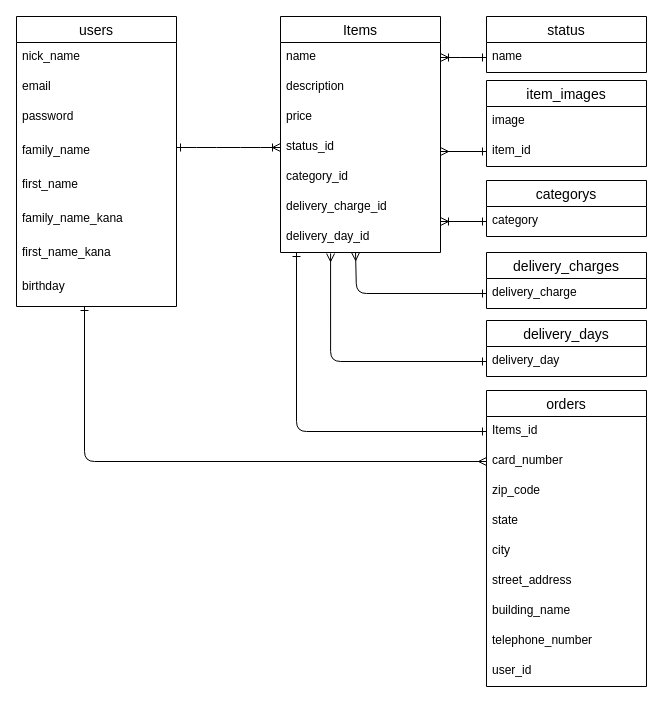
Before: test.dio in mitstaku/furima-39657, a draw.io diagram. Source tidied: cells renumbered, new cells numbered last; positions are measured from the earlier drawing's top-left corner, leaving out a move shared by most shapes. Both pictures are drawn from the tidied source at 100%, with x=0, y=0 at pixel (16, 16).
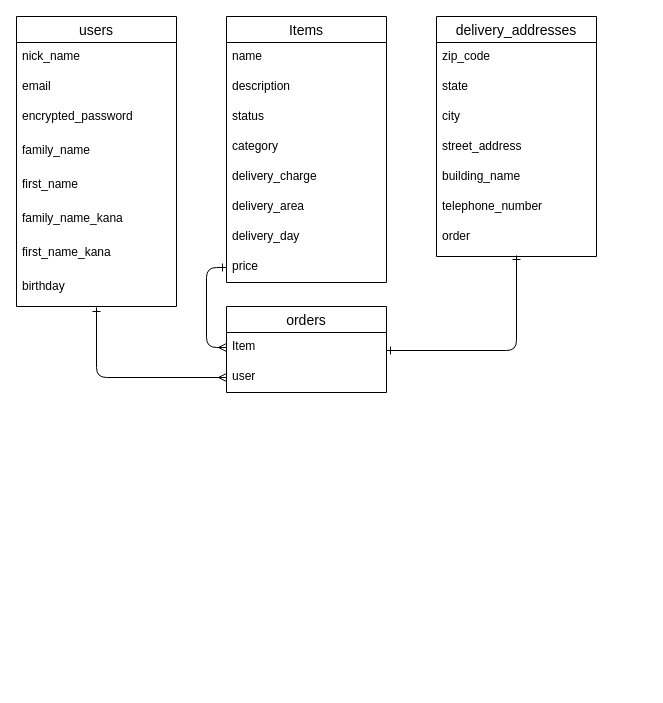
After the change.

Commit message (it also covers changes not shown here):
データベース設計２

Unchanged cells that the change refers to:
```xml
<mxCell id="2" value="users" style="swimlane;fontStyle=0;horizontal=1;startSize=26;align=center;fontSize=14;" parent="1" vertex="1">
  <mxGeometry width="160" height="290" as="geometry" />
</mxCell>
<mxCell id="10" value="birthday" style="text;strokeColor=none;fillColor=none;spacingLeft=4;spacingRight=4;overflow=hidden;points=[[0,0.5],[1,0.5]];portConstraint=eastwest;fontSize=12;" parent="2" vertex="1">
  <mxGeometry y="256" width="160" height="34" as="geometry" />
</mxCell>
<mxCell id="12" value="name" style="text;strokeColor=none;fillColor=none;spacingLeft=4;spacingRight=4;overflow=hidden;points=[[0,0.5],[1,0.5]];portConstraint=eastwest;fontSize=12;" parent="11" vertex="1">
  <mxGeometry y="26" width="160" height="30" as="geometry" />
</mxCell>
```

Diff of the diagram source:
```diff
@@
-    <mxCell id="5" value="password" style="text;strokeColor=none;fillColor=none;spacingLeft=4;spacingRight=4;overflow=hidden;fontSize=12;" parent="2" vertex="1">
+    <mxCell id="5" value="encrypted_password" style="text;strokeColor=none;fillColor=none;spacingLeft=4;spacingRight=4;overflow=hidden;fontSize=12;" parent="2" vertex="1">
       <mxGeometry y="86" width="160" height="34" as="geometry" />
     </mxCell>
@@
     <mxCell id="11" value="Items" style="swimlane;fontStyle=0;horizontal=1;startSize=26;align=center;fontSize=14;" parent="1" vertex="1">
-      <mxGeometry x="264" width="160" height="236" as="geometry" />
+      <mxGeometry x="210" width="160" height="266" as="geometry" />
     </mxCell>
@@
-    <mxCell id="14" value="price" style="text;strokeColor=none;fillColor=none;spacingLeft=4;spacingRight=4;overflow=hidden;points=[[0,0.5],[1,0.5]];portConstraint=eastwest;fontSize=12;" parent="11" vertex="1">
-      <mxGeometry y="86" width="160" height="30" as="geometry" />
-    </mxCell>
-    <mxCell id="15" value="status_id" style="text;strokeColor=none;fillColor=none;spacingLeft=4;spacingRight=4;overflow=hidden;points=[[0,0.5],[1,0.5]];portConstraint=eastwest;fontSize=12;" parent="11" vertex="1">
-      <mxGeometry y="116" width="160" height="30" as="geometry" />
+    <mxCell id="15" value="status " style="text;strokeColor=none;fillColor=none;spacingLeft=4;spacingRight=4;overflow=hidden;points=[[0,0.5],[1,0.5]];portConstraint=eastwest;fontSize=12;" parent="11" vertex="1">
+      <mxGeometry y="86" width="160" height="30" as="geometry" />
     </mxCell>
-    <mxCell id="16" value="category_id" style="text;strokeColor=none;fillColor=none;spacingLeft=4;spacingRight=4;overflow=hidden;fontSize=12;" parent="11" vertex="1">
-      <mxGeometry y="146" width="160" height="30" as="geometry" />
+    <mxCell id="16" value="category" style="text;strokeColor=none;fillColor=none;spacingLeft=4;spacingRight=4;overflow=hidden;fontSize=12;" parent="11" vertex="1">
+      <mxGeometry y="116" width="160" height="30" as="geometry" />
     </mxCell>
-    <mxCell id="17" value="delivery_charge_id" style="text;strokeColor=none;fillColor=none;spacingLeft=4;spacingRight=4;overflow=hidden;fontSize=12;" parent="11" vertex="1">
-      <mxGeometry y="176" width="160" height="30" as="geometry" />
+    <mxCell id="17" value="delivery_charge" style="text;strokeColor=none;fillColor=none;spacingLeft=4;spacingRight=4;overflow=hidden;fontSize=12;" parent="11" vertex="1">
+      <mxGeometry y="146" width="160" height="30" as="geometry" />
     </mxCell>
-    <mxCell id="18" value="delivery_day_id" style="text;strokeColor=none;fillColor=none;spacingLeft=4;spacingRight=4;overflow=hidden;points=[[0,0.5],[1,0.5]];portConstraint=eastwest;fontSize=12;" parent="11" vertex="1">
-      <mxGeometry y="206" width="160" height="30" as="geometry" />
+    <mxCell id="18" value="delivery_area" style="text;strokeColor=none;fillColor=none;spacingLeft=4;spacingRight=4;overflow=hidden;points=[[0,0.5],[1,0.5]];portConstraint=eastwest;fontSize=12;" parent="11" vertex="1">
+      <mxGeometry y="176" width="160" height="30" as="geometry" />
     </mxCell>
+    <mxCell id="38" value="delivery_day" style="text;strokeColor=none;fillColor=none;spacingLeft=4;spacingRight=4;overflow=hidden;fontSize=12;" parent="11" vertex="1">
+      <mxGeometry y="206" width="160" height="30" as="geometry" />
+    </mxCell>
+    <mxCell id="14" value="price" style="text;strokeColor=none;fillColor=none;spacingLeft=4;spacingRight=4;overflow=hidden;points=[[0,0.5],[1,0.5]];portConstraint=eastwest;fontSize=12;" parent="11" vertex="1">
+      <mxGeometry y="236" width="160" height="30" as="geometry" />
+    </mxCell>
-    <mxCell id="19" value="orders" style="swimlane;fontStyle=0;horizontal=1;startSize=26;align=center;fontSize=14;" parent="1" vertex="1">
-      <mxGeometry x="470" y="374" width="160" height="296" as="geometry" />
+    <mxCell id="19" value="delivery_addresses" style="swimlane;fontStyle=0;horizontal=1;startSize=26;align=center;fontSize=14;" parent="1" vertex="1">
+      <mxGeometry x="420" width="160" height="240" as="geometry" />
     </mxCell>
-    <mxCell id="20" value="Items_id" style="text;strokeColor=none;fillColor=none;spacingLeft=4;spacingRight=4;overflow=hidden;points=[[0,0.5],[1,0.5]];portConstraint=eastwest;fontSize=12;" parent="19" vertex="1">
-      <mxGeometry y="26" width="160" height="30" as="geometry" />
-    </mxCell>
-    <mxCell id="21" value="card_number" style="text;strokeColor=none;fillColor=none;spacingLeft=4;spacingRight=4;overflow=hidden;points=[[0,0.5],[1,0.5]];portConstraint=eastwest;fontSize=12;" parent="19" vertex="1">
-      <mxGeometry y="56" width="160" height="30" as="geometry" />
-    </mxCell>
     <mxCell id="22" value="zip_code" style="text;strokeColor=none;fillColor=none;spacingLeft=4;spacingRight=4;overflow=hidden;fontSize=12;" parent="19" vertex="1">
-      <mxGeometry y="86" width="160" height="30" as="geometry" />
+      <mxGeometry y="26" width="160" height="30" as="geometry" />
     </mxCell>
     <mxCell id="23" value="state" style="text;strokeColor=none;fillColor=none;spacingLeft=4;spacingRight=4;overflow=hidden;fontSize=12;" parent="19" vertex="1">
-      <mxGeometry y="116" width="160" height="30" as="geometry" />
+      <mxGeometry y="56" width="160" height="30" as="geometry" />
     </mxCell>
     <mxCell id="24" value="city" style="text;strokeColor=none;fillColor=none;spacingLeft=4;spacingRight=4;overflow=hidden;fontSize=12;" parent="19" vertex="1">
-      <mxGeometry y="146" width="160" height="30" as="geometry" />
+      <mxGeometry y="86" width="160" height="30" as="geometry" />
     </mxCell>
     <mxCell id="25" value="street_address" style="text;strokeColor=none;fillColor=none;spacingLeft=4;spacingRight=4;overflow=hidden;fontSize=12;" parent="19" vertex="1">
-      <mxGeometry y="176" width="160" height="30" as="geometry" />
+      <mxGeometry y="116" width="160" height="30" as="geometry" />
     </mxCell>
     <mxCell id="26" value="building_name" style="text;strokeColor=none;fillColor=none;spacingLeft=4;spacingRight=4;overflow=hidden;fontSize=12;" parent="19" vertex="1">
-      <mxGeometry y="206" width="160" height="30" as="geometry" />
+      <mxGeometry y="146" width="160" height="30" as="geometry" />
     </mxCell>
     <mxCell id="27" value="telephone_number" style="text;strokeColor=none;fillColor=none;spacingLeft=4;spacingRight=4;overflow=hidden;fontSize=12;" parent="19" vertex="1">
-      <mxGeometry y="236" width="160" height="30" as="geometry" />
+      <mxGeometry y="176" width="160" height="30" as="geometry" />
     </mxCell>
-    <mxCell id="28" value="user_id" style="text;strokeColor=none;fillColor=none;spacingLeft=4;spacingRight=4;overflow=hidden;fontSize=12;" parent="19" vertex="1">
-      <mxGeometry y="266" width="160" height="30" as="geometry" />
-    </mxCell>
-    <mxCell id="29" value="item_images" style="swimlane;fontStyle=0;horizontal=1;startSize=26;align=center;fontSize=14;" parent="1" vertex="1">
-      <mxGeometry x="470" y="64" width="160" height="86" as="geometry" />
-    </mxCell>
-    <mxCell id="30" value="image" style="text;strokeColor=none;fillColor=none;spacingLeft=4;spacingRight=4;overflow=hidden;fontSize=12;" parent="29" vertex="1">
-      <mxGeometry y="26" width="160" height="30" as="geometry" />
-    </mxCell>
-    <mxCell id="31" value="item_id" style="text;strokeColor=none;fillColor=none;spacingLeft=4;spacingRight=4;overflow=hidden;points=[[0,0.5],[1,0.5]];portConstraint=eastwest;fontSize=12;" parent="29" vertex="1">
-      <mxGeometry y="56" width="160" height="30" as="geometry" />
-    </mxCell>
-    <mxCell id="32" value="categorys" style="swimlane;fontStyle=0;horizontal=1;startSize=26;align=center;fontSize=14;" parent="1" vertex="1">
-      <mxGeometry x="470" y="164" width="160" height="56" as="geometry" />
-    </mxCell>
-    <mxCell id="33" value="category" style="text;strokeColor=none;fillColor=none;spacingLeft=4;spacingRight=4;overflow=hidden;points=[[0,0.5],[1,0.5]];portConstraint=eastwest;fontSize=12;" parent="32" vertex="1">
-      <mxGeometry y="26" width="160" height="30" as="geometry" />
-    </mxCell>
-    <mxCell id="34" value="status" style="swimlane;fontStyle=0;horizontal=1;startSize=26;align=center;fontSize=14;" parent="1" vertex="1">
-      <mxGeometry x="470" width="160" height="56" as="geometry" />
-    </mxCell>
-    <mxCell id="35" value="name" style="text;strokeColor=none;fillColor=none;spacingLeft=4;spacingRight=4;overflow=hidden;points=[[0,0.5],[1,0.5]];portConstraint=eastwest;fontSize=12;" parent="34" vertex="1">
-      <mxGeometry y="26" width="160" height="30" as="geometry" />
-    </mxCell>
-    <mxCell id="36" value="delivery_charges" style="swimlane;fontStyle=0;horizontal=1;startSize=26;align=center;fontSize=14;" parent="1" vertex="1">
-      <mxGeometry x="470" y="236" width="160" height="56" as="geometry" />
-    </mxCell>
-    <mxCell id="37" value="delivery_days" style="swimlane;fontStyle=0;horizontal=1;startSize=26;align=center;fontSize=14;" parent="1" vertex="1">
-      <mxGeometry x="470" y="304" width="160" height="56" as="geometry" />
-    </mxCell>
-    <mxCell id="38" value="delivery_day" style="text;strokeColor=none;fillColor=none;spacingLeft=4;spacingRight=4;overflow=hidden;fontSize=12;" parent="37" vertex="1">
-      <mxGeometry y="26" width="160" height="30" as="geometry" />
-    </mxCell>
-    <mxCell id="39" style="edgeStyle=entityRelationEdgeStyle;fontSize=12;html=1;endArrow=ERoneToMany;entryX=0;entryY=0.5;entryDx=0;entryDy=0;startArrow=ERone;startFill=0;" parent="1" edge="1" target="15">
-      <mxGeometry relative="1" as="geometry">
-        <mxPoint x="160" y="131" as="sourcePoint" />
-      </mxGeometry>
-    </mxCell>
-    <mxCell id="40" style="edgeStyle=entityRelationEdgeStyle;fontSize=12;html=1;endArrow=ERoneToMany;entryX=1;entryY=0.5;entryDx=0;entryDy=0;startArrow=ERone;startFill=0;" parent="1" edge="1" source="35" target="12">
-      <mxGeometry relative="1" as="geometry" />
-    </mxCell>
-    <mxCell id="41" style="fontSize=12;html=1;endArrow=ERoneToMany;exitX=0;exitY=0.5;exitDx=0;exitDy=0;entryX=1;entryY=0.5;entryDx=0;entryDy=0;startArrow=ERone;startFill=0;" parent="1" edge="1" source="33">
-      <mxGeometry relative="1" as="geometry">
-        <mxPoint x="424" y="205" as="targetPoint" />
-      </mxGeometry>
-    </mxCell>
-    <mxCell id="42" style="edgeStyle=orthogonalEdgeStyle;fontSize=12;html=1;endArrow=ERmany;entryX=0.469;entryY=1;entryDx=0;entryDy=0;entryPerimeter=0;verticalAlign=middle;horizontal=1;endFill=0;exitX=0;exitY=0.5;exitDx=0;exitDy=0;startArrow=ERone;startFill=0;" parent="1" edge="1" source="47" target="18">
-      <mxGeometry relative="1" as="geometry">
-        <Array as="points">
-          <mxPoint x="340" y="277" />
-        </Array>
-      </mxGeometry>
-    </mxCell>
-    <mxCell id="43" style="edgeStyle=orthogonalEdgeStyle;fontSize=12;html=1;endArrow=ERmany;entryX=0.313;entryY=1.033;entryDx=0;entryDy=0;entryPerimeter=0;verticalAlign=middle;horizontal=1;endFill=0;exitX=0;exitY=0.5;exitDx=0;exitDy=0;startArrow=ERone;startFill=0;" parent="1" edge="1" target="18">
-      <mxGeometry relative="1" as="geometry">
-        <mxPoint x="470" y="345" as="sourcePoint" />
-        <Array as="points">
-          <mxPoint x="314" y="345" />
-        </Array>
-      </mxGeometry>
-    </mxCell>
-    <mxCell id="44" style="edgeStyle=orthogonalEdgeStyle;html=1;startArrow=ERone;startFill=0;endArrow=ERmany;endFill=0;entryX=0;entryY=0.5;entryDx=0;entryDy=0;exitX=0.425;exitY=1;exitDx=0;exitDy=0;exitPerimeter=0;" parent="1" edge="1" source="10" target="21">
-      <mxGeometry relative="1" as="geometry" />
-    </mxCell>
-    <mxCell id="45" style="edgeStyle=orthogonalEdgeStyle;fontSize=12;html=1;endArrow=ERone;entryX=0.313;entryY=1.033;entryDx=0;entryDy=0;entryPerimeter=0;verticalAlign=middle;horizontal=1;endFill=0;exitX=0;exitY=0.5;exitDx=0;exitDy=0;startArrow=ERone;startFill=0;" parent="1" edge="1" source="20">
-      <mxGeometry relative="1" as="geometry">
-        <mxPoint x="280" y="236" as="targetPoint" />
-        <Array as="points">
-          <mxPoint x="280" y="415" />
-        </Array>
-      </mxGeometry>
-    </mxCell>
-    <mxCell id="46" style="html=1;startArrow=ERone;startFill=0;endArrow=ERmany;endFill=0;exitX=0;exitY=0.5;exitDx=0;exitDy=0;entryX=1;entryY=0.5;entryDx=0;entryDy=0;" parent="1" edge="1" source="31">
-      <mxGeometry relative="1" as="geometry">
-        <mxPoint x="424" y="135" as="targetPoint" />
-      </mxGeometry>
-    </mxCell>
-    <mxCell id="47" value="delivery_charge" style="text;strokeColor=none;fillColor=none;spacingLeft=4;spacingRight=4;overflow=hidden;points=[[0,0.5],[1,0.5]];portConstraint=eastwest;fontSize=12;" parent="1" vertex="1">
-      <mxGeometry x="470" y="262" width="160" height="30" as="geometry" />
-    </mxCell>
+    <mxCell id="20" value="order" style="text;strokeColor=none;fillColor=none;spacingLeft=4;spacingRight=4;overflow=hidden;points=[[0,0.5],[1,0.5]];portConstraint=eastwest;fontSize=12;" parent="19" vertex="1">
+      <mxGeometry y="206" width="160" height="34" as="geometry" />
+    </mxCell>
+    <mxCell id="48" value="orders" style="swimlane;fontStyle=0;horizontal=1;startSize=26;align=center;fontSize=14;" parent="1" vertex="1">
+      <mxGeometry x="210" y="290" width="160" height="86" as="geometry" />
+    </mxCell>
+    <mxCell id="49" value="Item" style="text;strokeColor=none;fillColor=none;spacingLeft=4;spacingRight=4;overflow=hidden;points=[[0,0.5],[1,0.5]];portConstraint=eastwest;fontSize=12;" parent="48" vertex="1">
+      <mxGeometry y="26" width="160" height="30" as="geometry" />
+    </mxCell>
+    <mxCell id="50" value="user" style="text;strokeColor=none;fillColor=none;spacingLeft=4;spacingRight=4;overflow=hidden;points=[[0,0.5],[1,0.5]];portConstraint=eastwest;fontSize=12;" parent="48" vertex="1">
+      <mxGeometry y="56" width="160" height="30" as="geometry" />
+    </mxCell>
+    <mxCell id="51" style="edgeStyle=orthogonalEdgeStyle;html=1;startArrow=ERone;startFill=0;endArrow=ERone;endFill=0;entryX=0.5;entryY=0.971;entryDx=0;entryDy=0;exitX=0.425;exitY=1;exitDx=0;exitDy=0;exitPerimeter=0;entryPerimeter=0;" parent="1" edge="1" target="20">
+      <mxGeometry relative="1" as="geometry">
+        <mxPoint x="370" y="334" as="sourcePoint" />
+        <Array as="points">
+          <mxPoint x="500" y="334" />
+        </Array>
+      </mxGeometry>
+    </mxCell>
+    <mxCell id="52" style="edgeStyle=orthogonalEdgeStyle;html=1;startArrow=ERone;startFill=0;endArrow=ERmany;endFill=0;entryX=0;entryY=0.5;entryDx=0;entryDy=0;exitX=0.5;exitY=1.029;exitDx=0;exitDy=0;exitPerimeter=0;" parent="1" edge="1" source="10" target="50">
+      <mxGeometry relative="1" as="geometry" />
+    </mxCell>
+    <mxCell id="53" style="edgeStyle=orthogonalEdgeStyle;html=1;startArrow=ERone;startFill=0;endArrow=ERmany;endFill=0;entryX=0;entryY=0.5;entryDx=0;entryDy=0;exitX=0;exitY=0.5;exitDx=0;exitDy=0;" parent="1" edge="1" source="14" target="49">
+      <mxGeometry relative="1" as="geometry">
+        <Array as="points">
+          <mxPoint x="190" y="251" />
+          <mxPoint x="190" y="331" />
+        </Array>
+      </mxGeometry>
+    </mxCell>
```
